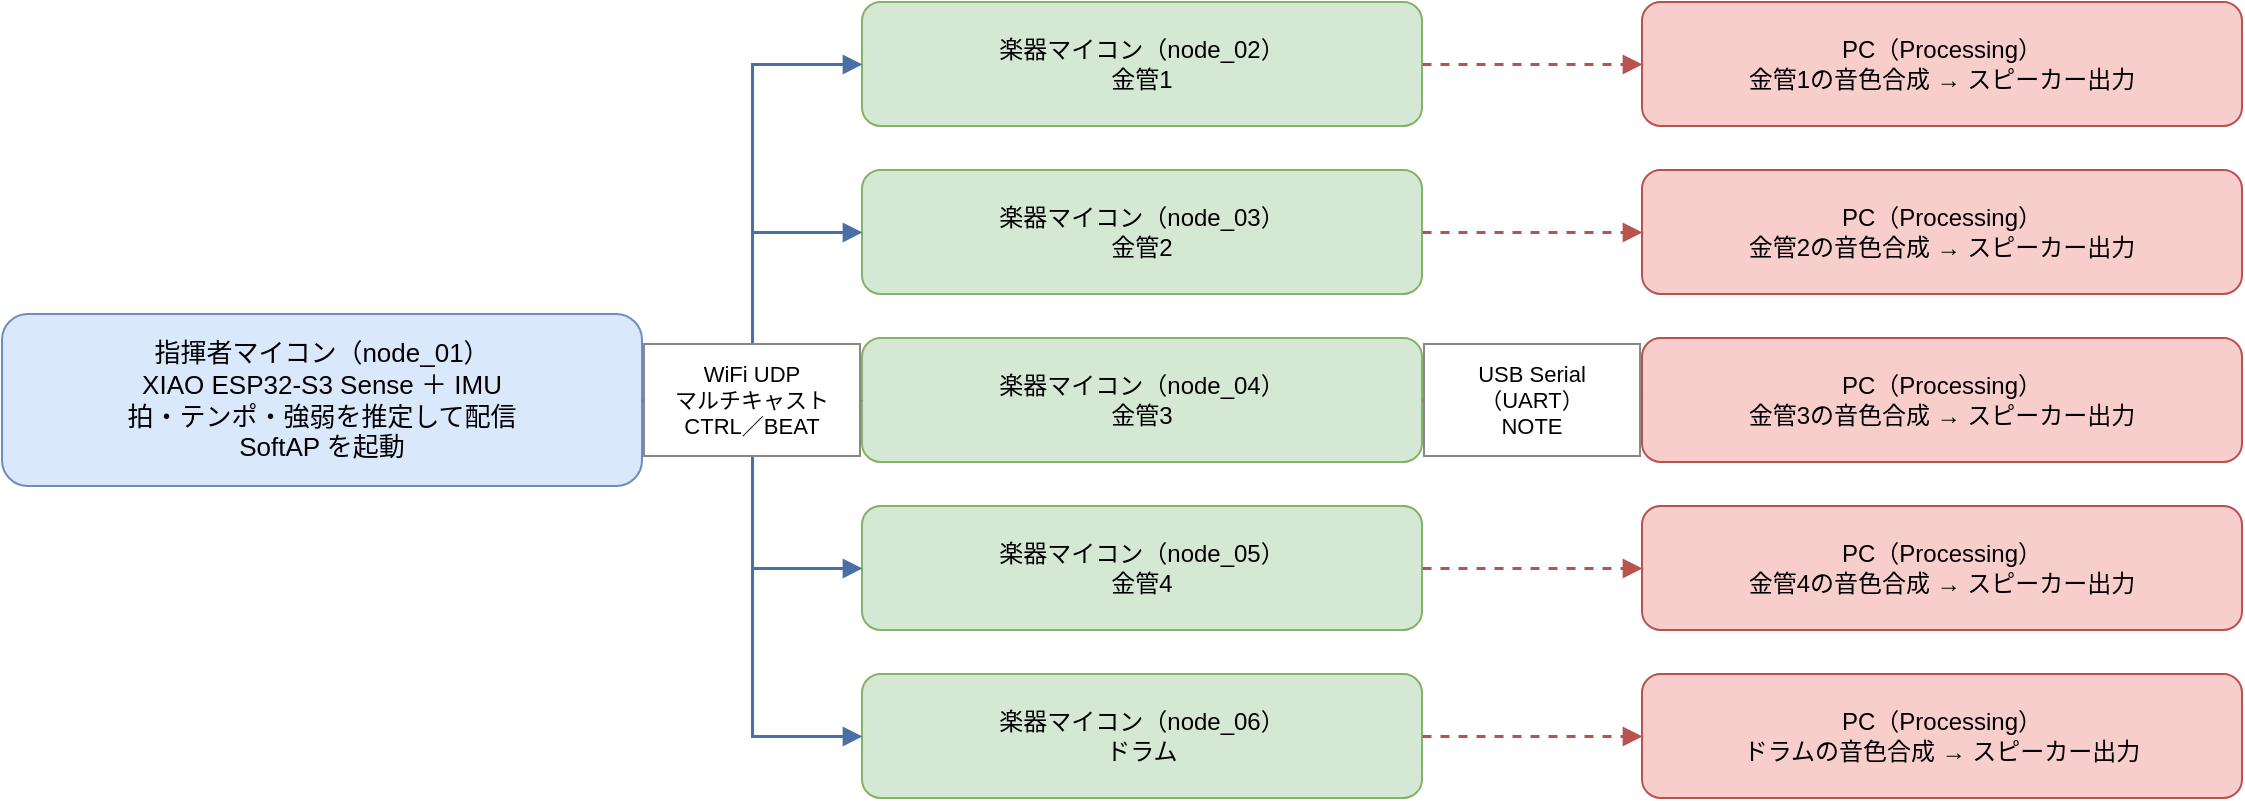
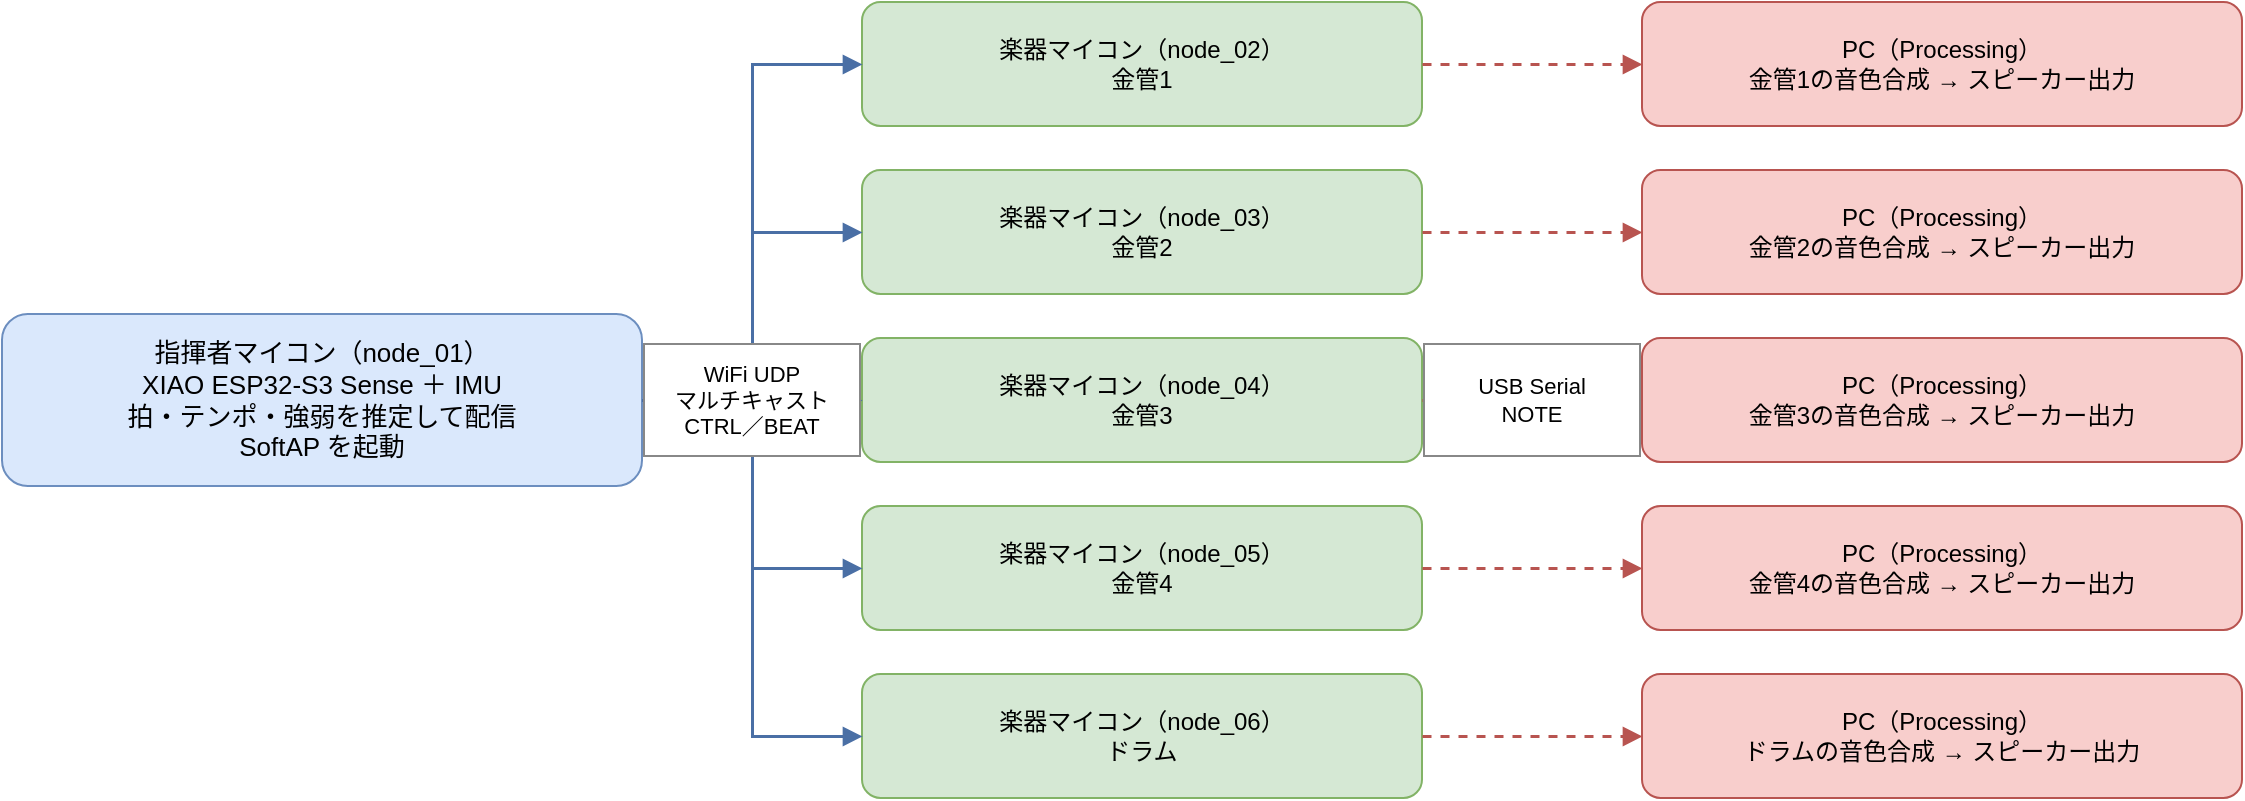
<mxfile host="Claude">
  <diagram id="system-overview" name="システム構成">
    <mxGraphModel dx="1200" dy="460" grid="0" gridSize="10" guides="1" tooltips="1" connect="1" arrows="1" fold="1" page="1" pageScale="1" pageWidth="1200" pageHeight="460" math="0" shadow="0">
      <root>
        <mxCell id="0"/>
        <mxCell id="1" parent="0"/>
        <mxCell id="r" value="指揮者マイコン（node_01）&lt;br&gt;XIAO ESP32-S3 Sense ＋ IMU&lt;br&gt;拍・テンポ・強弱を推定して配信&lt;br&gt;SoftAP を起動" style="rounded=1;whiteSpace=wrap;html=1;fillColor=#DAE8FC;strokeColor=#6C8EBF;fontSize=13;verticalAlign=middle;" vertex="1" parent="1"><mxGeometry x="40" y="176" width="320" height="86" as="geometry"/></mxCell>
        <mxCell id="i2" value="楽器マイコン（node_02）&lt;br&gt;金管1" style="rounded=1;whiteSpace=wrap;html=1;fillColor=#D5E8D4;strokeColor=#82B366;fontSize=12;" vertex="1" parent="1"><mxGeometry x="470" y="20" width="280" height="62" as="geometry"/></mxCell>
        <mxCell id="i3" value="楽器マイコン（node_03）&lt;br&gt;金管2" style="rounded=1;whiteSpace=wrap;html=1;fillColor=#D5E8D4;strokeColor=#82B366;fontSize=12;" vertex="1" parent="1"><mxGeometry x="470" y="104" width="280" height="62" as="geometry"/></mxCell>
        <mxCell id="i4" value="楽器マイコン（node_04）&lt;br&gt;金管3" style="rounded=1;whiteSpace=wrap;html=1;fillColor=#D5E8D4;strokeColor=#82B366;fontSize=12;" vertex="1" parent="1"><mxGeometry x="470" y="188" width="280" height="62" as="geometry"/></mxCell>
        <mxCell id="i5" value="楽器マイコン（node_05）&lt;br&gt;金管4" style="rounded=1;whiteSpace=wrap;html=1;fillColor=#D5E8D4;strokeColor=#82B366;fontSize=12;" vertex="1" parent="1"><mxGeometry x="470" y="272" width="280" height="62" as="geometry"/></mxCell>
        <mxCell id="i6" value="楽器マイコン（node_06）&lt;br&gt;ドラム" style="rounded=1;whiteSpace=wrap;html=1;fillColor=#D5E8D4;strokeColor=#82B366;fontSize=12;" vertex="1" parent="1"><mxGeometry x="470" y="356" width="280" height="62" as="geometry"/></mxCell>
        <mxCell id="p2" value="PC（Processing）&lt;br&gt;金管1の音色合成 → スピーカー出力" style="rounded=1;whiteSpace=wrap;html=1;fillColor=#F8CECC;strokeColor=#B85450;fontSize=12;" vertex="1" parent="1"><mxGeometry x="860" y="20" width="300" height="62" as="geometry"/></mxCell>
        <mxCell id="p3" value="PC（Processing）&lt;br&gt;金管2の音色合成 → スピーカー出力" style="rounded=1;whiteSpace=wrap;html=1;fillColor=#F8CECC;strokeColor=#B85450;fontSize=12;" vertex="1" parent="1"><mxGeometry x="860" y="104" width="300" height="62" as="geometry"/></mxCell>
        <mxCell id="p4" value="PC（Processing）&lt;br&gt;金管3の音色合成 → スピーカー出力" style="rounded=1;whiteSpace=wrap;html=1;fillColor=#F8CECC;strokeColor=#B85450;fontSize=12;" vertex="1" parent="1"><mxGeometry x="860" y="188" width="300" height="62" as="geometry"/></mxCell>
        <mxCell id="p5" value="PC（Processing）&lt;br&gt;金管4の音色合成 → スピーカー出力" style="rounded=1;whiteSpace=wrap;html=1;fillColor=#F8CECC;strokeColor=#B85450;fontSize=12;" vertex="1" parent="1"><mxGeometry x="860" y="272" width="300" height="62" as="geometry"/></mxCell>
        <mxCell id="p6" value="PC（Processing）&lt;br&gt;ドラムの音色合成 → スピーカー出力" style="rounded=1;whiteSpace=wrap;html=1;fillColor=#F8CECC;strokeColor=#B85450;fontSize=12;" vertex="1" parent="1"><mxGeometry x="860" y="356" width="300" height="62" as="geometry"/></mxCell>
        <mxCell id="ew2" style="edgeStyle=orthogonalEdgeStyle;rounded=0;html=1;endArrow=block;strokeColor=#4A6FA5;strokeWidth=1.5;exitX=1;exitY=0.5;entryX=0;entryY=0.5;" edge="1" parent="1" source="r" target="i2"><mxGeometry relative="1" as="geometry"/></mxCell>
        <mxCell id="ew3" style="edgeStyle=orthogonalEdgeStyle;rounded=0;html=1;endArrow=block;strokeColor=#4A6FA5;strokeWidth=1.5;exitX=1;exitY=0.5;entryX=0;entryY=0.5;" edge="1" parent="1" source="r" target="i3"><mxGeometry relative="1" as="geometry"/></mxCell>
        <mxCell id="ew4" style="edgeStyle=orthogonalEdgeStyle;rounded=0;html=1;endArrow=block;strokeColor=#4A6FA5;strokeWidth=1.5;exitX=1;exitY=0.5;entryX=0;entryY=0.5;" edge="1" parent="1" source="r" target="i4"><mxGeometry relative="1" as="geometry"/></mxCell>
        <mxCell id="ew5" style="edgeStyle=orthogonalEdgeStyle;rounded=0;html=1;endArrow=block;strokeColor=#4A6FA5;strokeWidth=1.5;exitX=1;exitY=0.5;entryX=0;entryY=0.5;" edge="1" parent="1" source="r" target="i5"><mxGeometry relative="1" as="geometry"/></mxCell>
        <mxCell id="ew6" style="edgeStyle=orthogonalEdgeStyle;rounded=0;html=1;endArrow=block;strokeColor=#4A6FA5;strokeWidth=1.5;exitX=1;exitY=0.5;entryX=0;entryY=0.5;" edge="1" parent="1" source="r" target="i6"><mxGeometry relative="1" as="geometry"/></mxCell>
        <mxCell id="eu2" style="edgeStyle=orthogonalEdgeStyle;rounded=0;html=1;endArrow=block;dashed=1;strokeColor=#B85450;strokeWidth=1.5;exitX=1;exitY=0.5;entryX=0;entryY=0.5;" edge="1" parent="1" source="i2" target="p2"><mxGeometry relative="1" as="geometry"/></mxCell>
        <mxCell id="eu3" style="edgeStyle=orthogonalEdgeStyle;rounded=0;html=1;endArrow=block;dashed=1;strokeColor=#B85450;strokeWidth=1.5;exitX=1;exitY=0.5;entryX=0;entryY=0.5;" edge="1" parent="1" source="i3" target="p3"><mxGeometry relative="1" as="geometry"/></mxCell>
        <mxCell id="eu4" style="edgeStyle=orthogonalEdgeStyle;rounded=0;html=1;endArrow=block;dashed=1;strokeColor=#B85450;strokeWidth=1.5;exitX=1;exitY=0.5;entryX=0;entryY=0.5;" edge="1" parent="1" source="i4" target="p4"><mxGeometry relative="1" as="geometry"/></mxCell>
        <mxCell id="eu5" style="edgeStyle=orthogonalEdgeStyle;rounded=0;html=1;endArrow=block;dashed=1;strokeColor=#B85450;strokeWidth=1.5;exitX=1;exitY=0.5;entryX=0;entryY=0.5;" edge="1" parent="1" source="i5" target="p5"><mxGeometry relative="1" as="geometry"/></mxCell>
        <mxCell id="eu6" style="edgeStyle=orthogonalEdgeStyle;rounded=0;html=1;endArrow=block;dashed=1;strokeColor=#B85450;strokeWidth=1.5;exitX=1;exitY=0.5;entryX=0;entryY=0.5;" edge="1" parent="1" source="i6" target="p6"><mxGeometry relative="1" as="geometry"/></mxCell>
        <mxCell id="lw" value="WiFi UDP&lt;br&gt;マルチキャスト&lt;br&gt;CTRL／BEAT" style="rounded=0;whiteSpace=wrap;html=1;fillColor=#FFFFFF;strokeColor=#888888;fontSize=11;" vertex="1" parent="1"><mxGeometry x="361" y="191" width="108" height="56" as="geometry"/></mxCell>
-         <mxCell id="lu" value="USB Serial&lt;br&gt;（UART）&lt;br&gt;NOTE" style="rounded=0;whiteSpace=wrap;html=1;fillColor=#FFFFFF;strokeColor=#888888;fontSize=11;" vertex="1" parent="1"><mxGeometry x="751" y="191" width="108" height="56" as="geometry"/></mxCell>
+         <mxCell id="lu" value="USB Serial&lt;br&gt;NOTE" style="rounded=0;whiteSpace=wrap;html=1;fillColor=#FFFFFF;strokeColor=#888888;fontSize=11;" vertex="1" parent="1"><mxGeometry x="751" y="191" width="108" height="56" as="geometry"/></mxCell>
      </root>
    </mxGraphModel>
  </diagram>
</mxfile>
